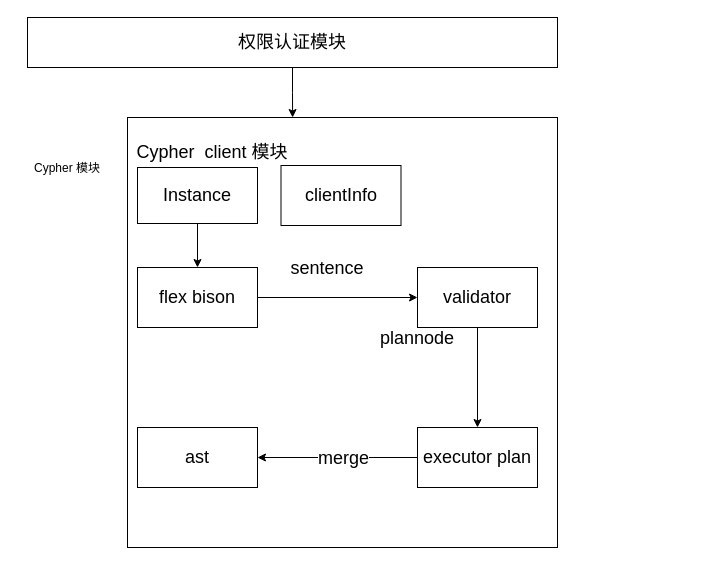
Earlier version of the draw.io diagram Cypher代码模块设计.drawio (abasi20/drawio). Source tidied: cells renumbered, new cells numbered last; positions are measured from the earlier drawing's top-left corner, leaving out a move shared by most shapes. Both pictures are drawn from the tidied source at 100%, with x=0, y=0 at pixel (17, 17).
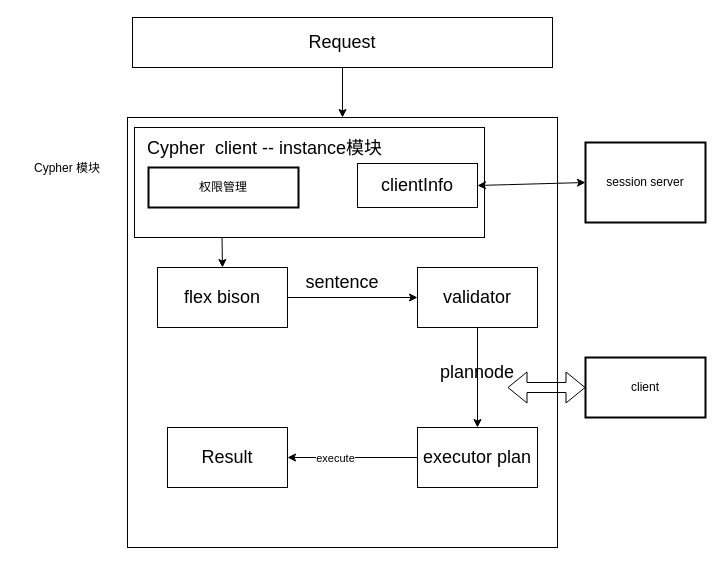
After the change.

Commit message:
Update Cypher代码模块设计.drawio

The change refers to these unchanged cells:
```xml
<mxCell id="2" style="whiteSpace=wrap;html=1;" parent="1" vertex="1">
  <mxGeometry x="110" y="100" width="430" height="430" as="geometry" />
</mxCell>
<mxCell id="10" style="edgeStyle=orthogonalEdgeStyle;rounded=0;jettySize=auto;html=1;exitX=0;exitY=0.5;exitDx=0;exitDy=0;entryX=1;entryY=0.5;entryDx=0;entryDy=0;fontSize=18;" parent="1" edge="1" source="12" target="15">
  <mxGeometry relative="1" as="geometry" />
</mxCell>
```

Change to the diagram source:
```diff
@@
-    <mxCell id="4" style="edgeStyle=orthogonalEdgeStyle;rounded=0;jettySize=auto;html=1;fontSize=18;" parent="1" edge="1" source="5" target="7">
-      <mxGeometry relative="1" as="geometry" />
-    </mxCell>
-    <mxCell id="5" value="&lt;font style=&quot;font-size: 18px&quot;&gt;Instance&lt;/font&gt;" style="rounded=0;whiteSpace=wrap;html=1;" parent="1" vertex="1">
-      <mxGeometry x="120" y="150" width="120" height="56" as="geometry" />
+    <mxCell id="5" style="rounded=0;whiteSpace=wrap;html=1;" parent="1" vertex="1">
+      <mxGeometry x="117" y="110" width="350" height="110" as="geometry" />
     </mxCell>
@@
     <mxCell id="7" value="flex bison" style="rounded=0;whiteSpace=wrap;html=1;fontSize=18;" parent="1" vertex="1">
-      <mxGeometry x="120" y="250" width="120" height="60" as="geometry" />
+      <mxGeometry x="140" y="250" width="130" height="60" as="geometry" />
     </mxCell>
@@
-    <mxCell id="11" value="merge" style="edgeLabel;html=1;align=center;verticalAlign=middle;fontSize=18;" parent="10" vertex="1">
-      <mxGeometry x="-0.3" y="1" relative="1" as="geometry">
-        <mxPoint x="-19" y="-1" as="offset" />
-      </mxGeometry>
-    </mxCell>
+    <mxCell id="20" value="execute" style="edgeLabel;html=1;align=center;verticalAlign=middle;" parent="10" vertex="1">
+      <mxGeometry x="0.28" relative="1" as="geometry" />
+    </mxCell>
@@
     <mxCell id="13" value="sentence" style="text;html=1;strokeColor=none;fillColor=none;align=center;verticalAlign=middle;whiteSpace=wrap;rounded=0;fontSize=18;" parent="1" vertex="1">
-      <mxGeometry x="280" y="236" width="60" height="30" as="geometry" />
+      <mxGeometry x="295" y="250" width="60" height="30" as="geometry" />
     </mxCell>
     <mxCell id="14" value="plannode" style="text;html=1;strokeColor=none;fillColor=none;align=center;verticalAlign=middle;whiteSpace=wrap;rounded=0;fontSize=18;" parent="1" vertex="1">
-      <mxGeometry x="370" y="306" width="60" height="30" as="geometry" />
+      <mxGeometry x="430" y="340" width="60" height="30" as="geometry" />
     </mxCell>
-    <mxCell id="15" value="ast" style="rounded=0;whiteSpace=wrap;html=1;fontSize=18;" parent="1" vertex="1">
-      <mxGeometry x="120" y="410" width="120" height="60" as="geometry" />
+    <mxCell id="15" value="Result" style="rounded=0;whiteSpace=wrap;html=1;fontSize=18;" parent="1" vertex="1">
+      <mxGeometry x="150" y="410" width="120" height="60" as="geometry" />
     </mxCell>
-    <mxCell id="16" style="edgeStyle=orthogonalEdgeStyle;rounded=0;jettySize=auto;html=1;entryX=0.384;entryY=0;entryDx=0;entryDy=0;entryPerimeter=0;fontSize=18;" parent="1" edge="1" source="17" target="2">
+    <mxCell id="16" style="edgeStyle=orthogonalEdgeStyle;rounded=0;jettySize=auto;html=1;entryX=0.5;entryY=0;entryDx=0;entryDy=0;fontSize=18;" parent="1" edge="1" source="17" target="2">
       <mxGeometry relative="1" as="geometry" />
     </mxCell>
-    <mxCell id="17" value="权限认证模块" style="rounded=0;whiteSpace=wrap;html=1;fontSize=18;" parent="1" vertex="1">
-      <mxGeometry x="10" width="530" height="50" as="geometry" />
+    <mxCell id="17" value="Request" style="rounded=0;whiteSpace=wrap;html=1;fontSize=18;" parent="1" vertex="1">
+      <mxGeometry x="115" width="420" height="50" as="geometry" />
     </mxCell>
-    <mxCell id="18" value="Cypher&amp;nbsp; client 模块" style="text;html=1;strokeColor=none;fillColor=none;align=center;verticalAlign=middle;whiteSpace=wrap;rounded=0;fontSize=18;" parent="1" vertex="1">
-      <mxGeometry x="100" y="120" width="190" height="30" as="geometry" />
+    <mxCell id="18" value="Cypher&amp;nbsp; client -- instance模块" style="text;html=1;strokeColor=none;fillColor=none;align=center;verticalAlign=middle;whiteSpace=wrap;rounded=0;fontSize=18;" parent="1" vertex="1">
+      <mxGeometry x="120" y="116" width="255" height="30" as="geometry" />
     </mxCell>
     <mxCell id="19" value="clientInfo" style="rounded=0;whiteSpace=wrap;html=1;fontSize=18;" parent="1" vertex="1">
-      <mxGeometry x="263.5" y="148" width="120" height="60" as="geometry" />
+      <mxGeometry x="340" y="146" width="120" height="44" as="geometry" />
     </mxCell>
+    <mxCell id="21" value="session server" style="rounded=0;whiteSpace=wrap;html=1;strokeWidth=2;" parent="1" vertex="1">
+      <mxGeometry x="568" y="125" width="120" height="80" as="geometry" />
+    </mxCell>
+    <mxCell id="22" style="endArrow=classic;startArrow=classic;html=1;curved=1;entryX=0;entryY=0.5;entryDx=0;entryDy=0;exitX=1;exitY=0.5;exitDx=0;exitDy=0;" parent="1" edge="1" source="19" target="21">
+      <mxGeometry relative="1" as="geometry" />
+    </mxCell>
+    <mxCell id="4" style="endArrow=classic;html=1;curved=1;exitX=0.25;exitY=1;exitDx=0;exitDy=0;entryX=0.5;entryY=0;entryDx=0;entryDy=0;" parent="1" edge="1" source="5" target="7">
+      <mxGeometry relative="1" as="geometry" />
+    </mxCell>
+    <mxCell id="23" value="权限管理" style="rounded=0;whiteSpace=wrap;html=1;strokeWidth=2;" parent="1" vertex="1">
+      <mxGeometry x="131" y="150" width="150" height="40" as="geometry" />
+    </mxCell>
+    <mxCell id="24" value="client" style="rounded=0;whiteSpace=wrap;html=1;strokeWidth=2;" parent="1" vertex="1">
+      <mxGeometry x="568" y="340" width="120" height="60" as="geometry" />
+    </mxCell>
+    <mxCell id="25" style="shape=flexArrow;endArrow=classic;startArrow=classic;html=1;curved=1;entryX=0;entryY=0.5;entryDx=0;entryDy=0;exitX=1;exitY=1;exitDx=0;exitDy=0;" parent="1" edge="1" source="14" target="24">
+      <mxGeometry relative="1" as="geometry" />
+    </mxCell>
```
